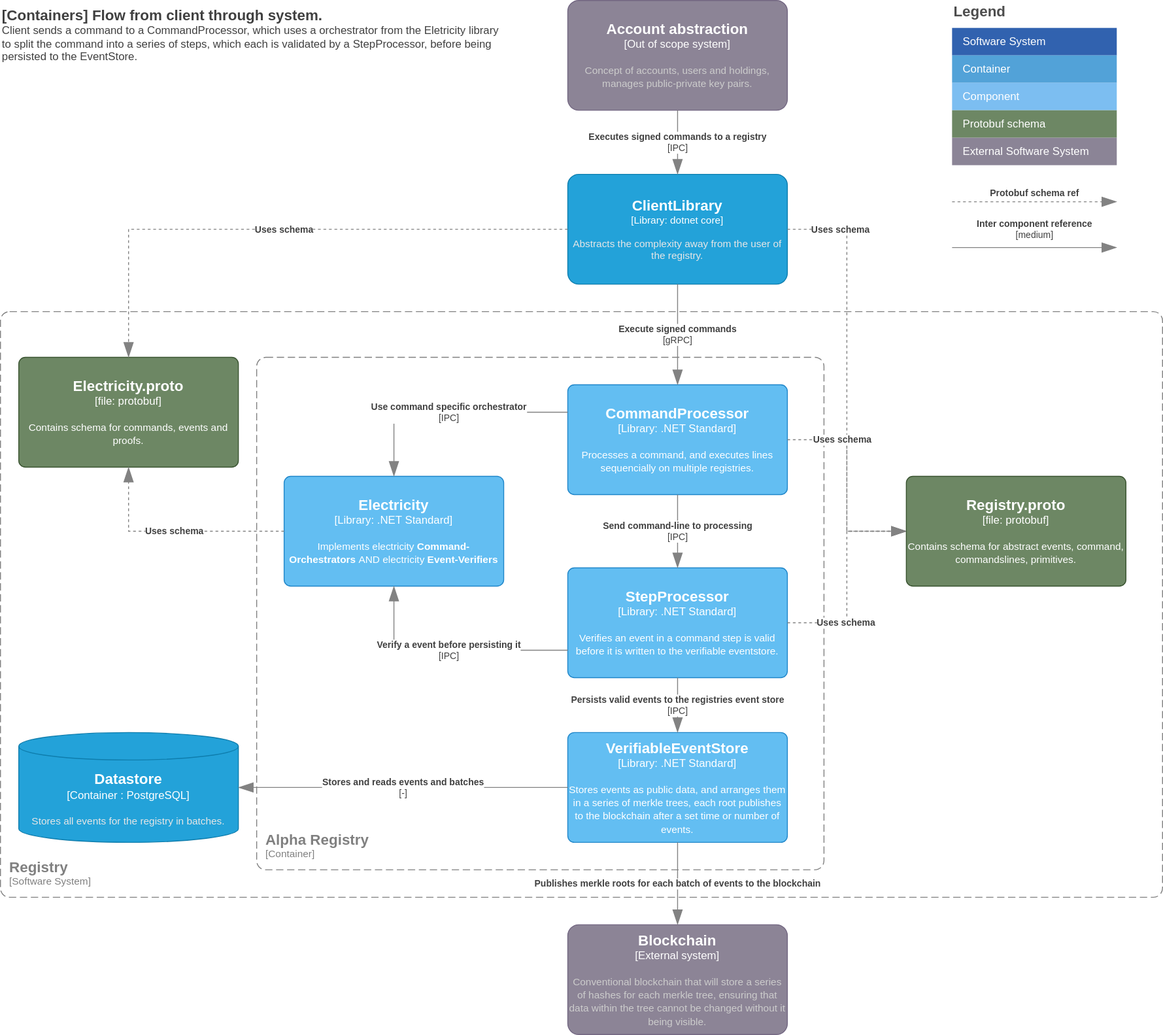
project-origin/registry keeps this draw.io diagram as doc/architecture/container.drawio.svg. Above is the earlier version. Source tidied: cells renumbered, new cells last; positions are measured from the earlier drawing's top-left corner, leaving out a move shared by most shapes.
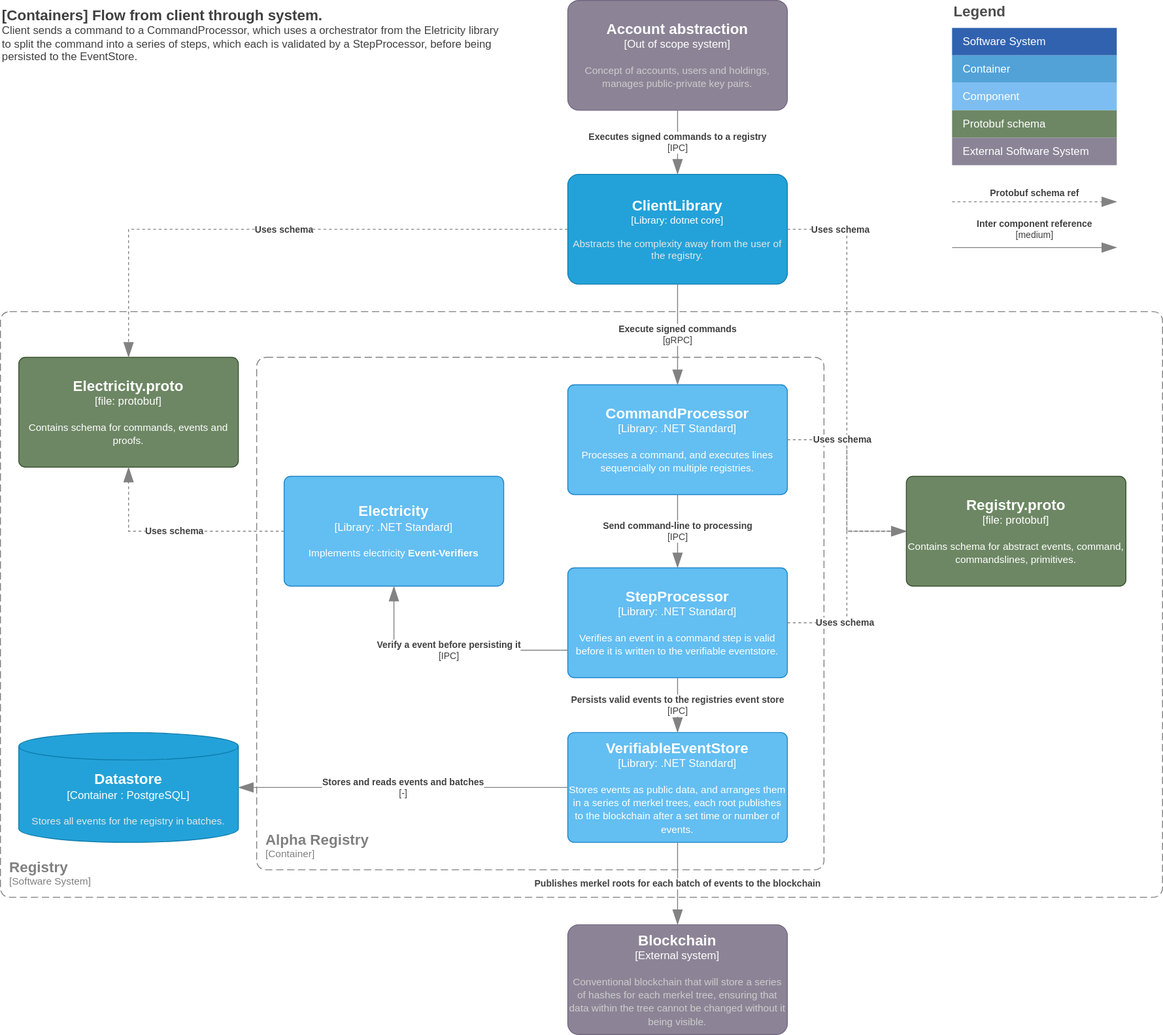
Later version of the same file.

The edit, as a diff of the source:
```diff
@@ -37,7 +37,7 @@
         <mxGeometry relative="1" as="geometry" />
       </mxCell>
     </object>
-    <object id="9" label="&lt;font style=&quot;font-size: 16px&quot;&gt;&lt;b&gt;%c4Name%&lt;/b&gt;&lt;/font&gt;&lt;div&gt;[%c4Type%: %c4Technology%]&lt;/div&gt;&lt;br&gt;&lt;div&gt;&lt;font style=&quot;font-size: 11px&quot;&gt;%c4Description%&lt;/font&gt;&lt;/div&gt;" c4Description="Implements electricity &lt;b&gt;Command-Orchestrators&lt;/b&gt; AND electricity &lt;b&gt;Event-Verifiers&lt;/b&gt;" c4Name="Electricity" c4Technology=".NET Standard" c4Type="Library" placeholders="1">
+    <object id="9" label="&lt;font style=&quot;font-size: 16px&quot;&gt;&lt;b&gt;%c4Name%&lt;/b&gt;&lt;/font&gt;&lt;div&gt;[%c4Type%: %c4Technology%]&lt;/div&gt;&lt;br&gt;&lt;div&gt;&lt;font style=&quot;font-size: 11px&quot;&gt;%c4Description%&lt;/font&gt;&lt;/div&gt;" c4Description="Implements electricity &lt;b&gt;Event-Verifiers&lt;/b&gt;" c4Name="Electricity" c4Technology=".NET Standard" c4Type="Library" placeholders="1">
       <mxCell style="rounded=1;whiteSpace=wrap;html=1;labelBackgroundColor=none;fillColor=#63BEF2;fontColor=#ffffff;align=center;arcSize=6;strokeColor=#2086C9;points=[[0.25,0,0],[0.5,0,0],[0.75,0,0],[1,0.25,0],[1,0.5,0],[1,0.75,0],[0.75,1,0],[0.5,1,0],[0.25,1,0],[0,0.75,0],[0,0.5,0],[0,0.25,0]];" parent="1" vertex="1">
         <mxGeometry x="310" y="520" width="240" height="120" as="geometry" />
       </mxCell>
@@ -148,11 +148,6 @@
         <mxGeometry width="550" height="180" as="geometry" />
       </mxCell>
     </object>
-    <object id="34" label="&lt;div style=&quot;text-align: left&quot;&gt;&lt;div style=&quot;text-align: center&quot;&gt;&lt;b&gt;%c4Description%&lt;/b&gt;&lt;/div&gt;&lt;div style=&quot;text-align: center&quot;&gt;[%c4Technology%]&lt;/div&gt;&lt;/div&gt;" c4Description="Use command specific orchestrator" c4Technology="IPC" c4Type="Relationship" placeholders="1">
-      <mxCell style="endArrow=blockThin;html=1;fontSize=10;fontColor=#404040;strokeWidth=1;endFill=1;strokeColor=#828282;elbow=vertical;endSize=14;startSize=14;jumpStyle=arc;jumpSize=16;rounded=0;edgeStyle=orthogonalEdgeStyle;exitX=0;exitY=0.25;exitDx=0;exitDy=0;exitPerimeter=0;entryX=0.5;entryY=0;entryDx=0;entryDy=0;entryPerimeter=0;" parent="1" edge="1" source="11" target="9">
-        <mxGeometry relative="1" as="geometry" />
-      </mxCell>
-    </object>
     <object id="35" label="&lt;div style=&quot;text-align: left&quot;&gt;&lt;div style=&quot;text-align: center&quot;&gt;&lt;b&gt;%c4Description%&lt;/b&gt;&lt;/div&gt;" c4Description="Protobuf schema ref" c4Type="Relationship" placeholders="1">
       <mxCell style="endArrow=blockThin;html=1;fontSize=10;fontColor=#404040;strokeWidth=1;endFill=1;strokeColor=#828282;elbow=vertical;endSize=14;startSize=14;jumpStyle=arc;jumpSize=16;rounded=0;edgeStyle=orthogonalEdgeStyle;dashed=1;" parent="1" edge="1">
         <mxGeometry y="10" relative="1" as="geometry">
```
